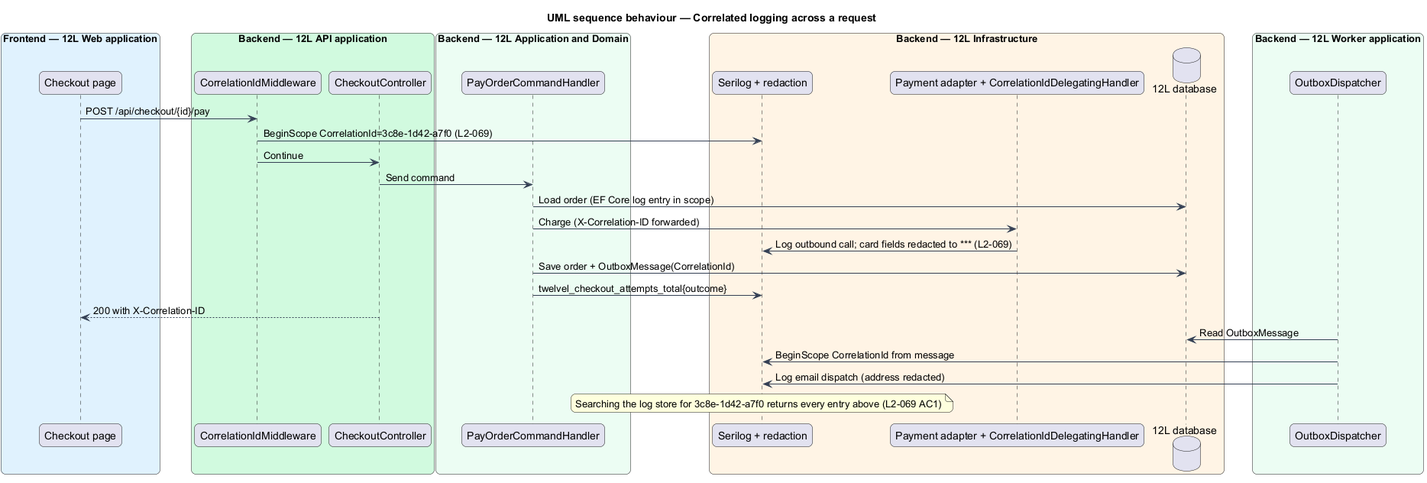
Before: docs/detailed-designs/platform/report-errors-and-observe/diagrams/sequence-correlated-logging.png, a diagram exported from PlantUML (QuinntyneBrown/sycapooke). Source of this version:
```plantuml
@startuml
title UML sequence behaviour — Correlated logging across a request
skinparam backgroundColor #FFFFFF
skinparam shadowing false
skinparam roundcorner 12
skinparam defaultFontName Arial
skinparam ArrowColor #344054
skinparam rectangle {
  BorderColor #344054
  FontColor #101828
}
skinparam package {
  BorderColor #667085
  FontColor #101828
  BackgroundColor #F9FAFB
}
box "Frontend — 12L Web application" #E0F2FE
  participant "Checkout page" as page
end box
box "Backend — 12L API application" #D1FADF
  participant "CorrelationIdMiddleware" as corr
  participant "CheckoutController" as ctrl
end box
box "Backend — 12L Application and Domain" #ECFDF3
  participant "PayOrderCommandHandler" as handler
end box
box "Backend — 12L Infrastructure" #FFF4E5
  participant "Serilog + redaction" as log
  participant "Payment adapter + CorrelationIdDelegatingHandler" as pay
  database "12L database" as db
end box
box "Backend — 12L Worker application" #ECFDF3
  participant "OutboxDispatcher" as worker
end box
page -> corr : POST /api/checkout/{id}/pay
corr -> log : BeginScope CorrelationId=3c8e-1d42-a7f0 (L2-069)
corr -> ctrl : Continue
ctrl -> handler : Send command
handler -> db : Load order (EF Core log entry in scope)
handler -> pay : Charge (X-Correlation-ID forwarded)
pay -> log : Log outbound call; card fields redacted to *** (L2-069)
handler -> db : Save order + OutboxMessage(CorrelationId)
handler -> log : twelvel_checkout_attempts_total{outcome}
ctrl --> page : 200 with X-Correlation-ID
worker -> db : Read OutboxMessage
worker -> log : BeginScope CorrelationId from message
worker -> log : Log email dispatch (address redacted)
note over log : Searching the log store for 3c8e-1d42-a7f0 returns every entry above (L2-069 AC1)
@enduml
```
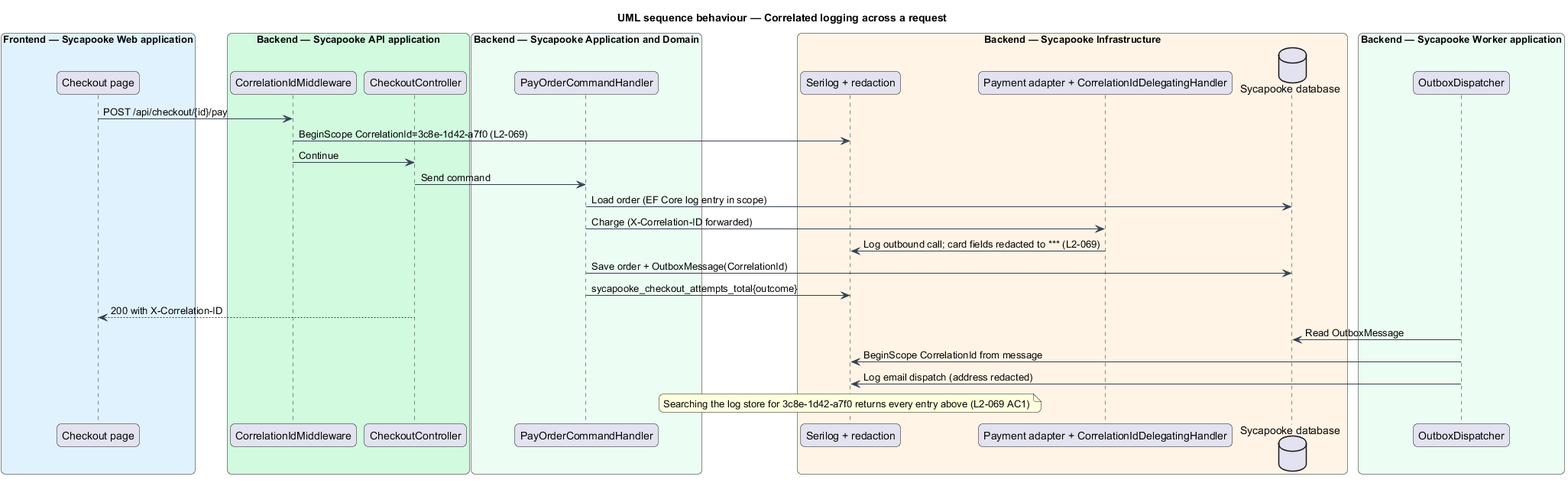
Above is the later version.

What changed in the source:
```diff
@@ -14,22 +14,22 @@
   FontColor #101828
   BackgroundColor #F9FAFB
 }
-box "Frontend — 12L Web application" #E0F2FE
+box "Frontend — Sycapooke Web application" #E0F2FE
   participant "Checkout page" as page
 end box
-box "Backend — 12L API application" #D1FADF
+box "Backend — Sycapooke API application" #D1FADF
   participant "CorrelationIdMiddleware" as corr
   participant "CheckoutController" as ctrl
 end box
-box "Backend — 12L Application and Domain" #ECFDF3
+box "Backend — Sycapooke Application and Domain" #ECFDF3
   participant "PayOrderCommandHandler" as handler
 end box
-box "Backend — 12L Infrastructure" #FFF4E5
+box "Backend — Sycapooke Infrastructure" #FFF4E5
   participant "Serilog + redaction" as log
   participant "Payment adapter + CorrelationIdDelegatingHandler" as pay
-  database "12L database" as db
+  database "Sycapooke database" as db
 end box
-box "Backend — 12L Worker application" #ECFDF3
+box "Backend — Sycapooke Worker application" #ECFDF3
   participant "OutboxDispatcher" as worker
 end box
 page -> corr : POST /api/checkout/{id}/pay
@@ -40,7 +40,7 @@
 handler -> pay : Charge (X-Correlation-ID forwarded)
 pay -> log : Log outbound call; card fields redacted to *** (L2-069)
 handler -> db : Save order + OutboxMessage(CorrelationId)
-handler -> log : twelvel_checkout_attempts_total{outcome}
+handler -> log : sycapooke_checkout_attempts_total{outcome}
 ctrl --> page : 200 with X-Correlation-ID
 worker -> db : Read OutboxMessage
 worker -> log : BeginScope CorrelationId from message
```
